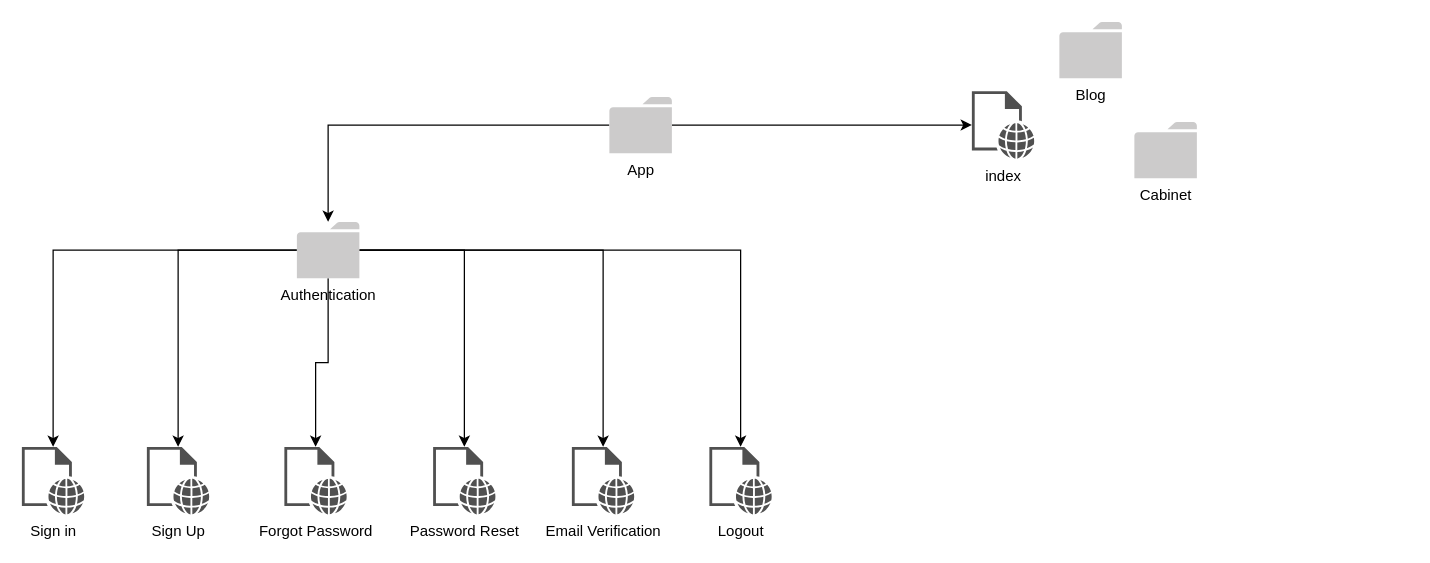
HackHead/gig keeps this draw.io diagram as docs/SiteMap.drawio. Above is the earlier version. Source tidied: cells renumbered, new cells numbered last; positions are measured from the earlier drawing's top-left corner, leaving out a move shared by most shapes. Both pictures are drawn from the tidied source at 125%, with x=0, y=0 at pixel (21, 21).
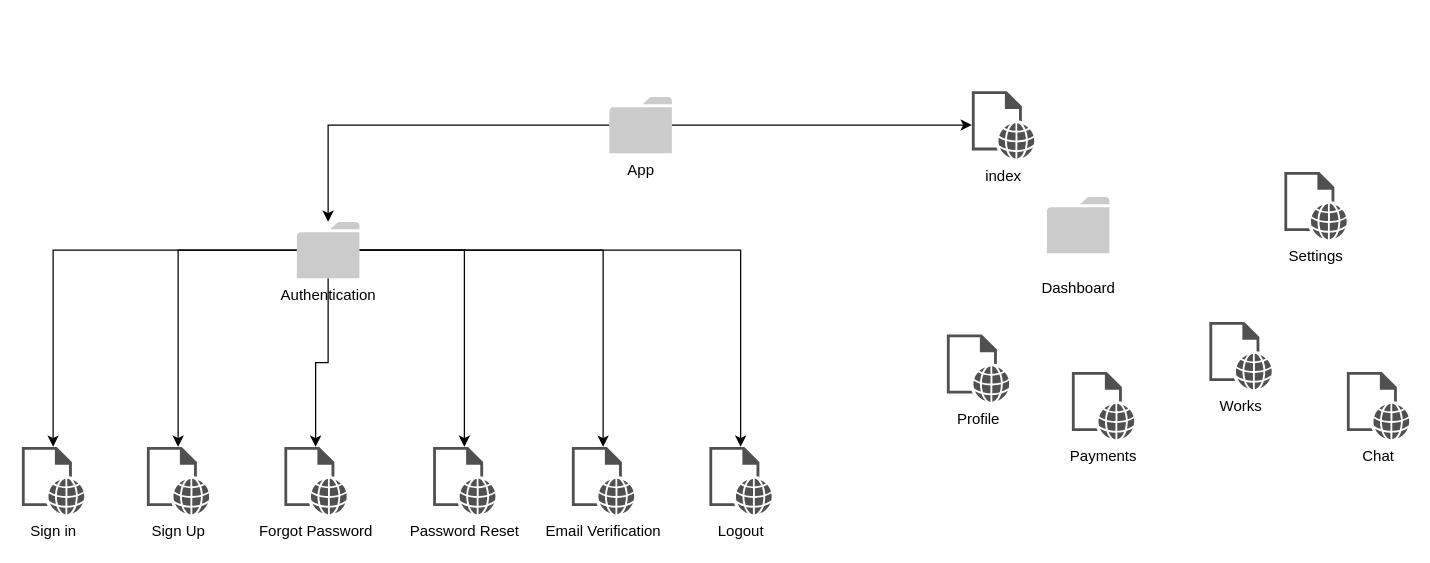
After the change.

Commit message:
docs: update sitemap schema

The edit, as a diff of the source:
```diff
@@
-    <mxCell id="3" value="Blog" style="sketch=0;shadow=0;dashed=0;html=1;strokeColor=none;labelPosition=center;verticalLabelPosition=bottom;verticalAlign=top;align=center;shape=mxgraph.office.concepts.folder;fillColor=#CCCBCB;" parent="1" vertex="1">
-      <mxGeometry x="830" width="50" height="45" as="geometry" />
-    </mxCell>
-    <mxCell id="4" value="Cabinet" style="sketch=0;shadow=0;dashed=0;html=1;strokeColor=none;labelPosition=center;verticalLabelPosition=bottom;verticalAlign=top;align=center;shape=mxgraph.office.concepts.folder;fillColor=#CCCBCB;" parent="1" vertex="1">
-      <mxGeometry x="890" y="80" width="50" height="45" as="geometry" />
+    <mxCell id="4" value="&lt;br&gt;Dashboard" style="sketch=0;shadow=0;dashed=0;html=1;strokeColor=none;labelPosition=center;verticalLabelPosition=bottom;verticalAlign=top;align=center;shape=mxgraph.office.concepts.folder;fillColor=#CCCBCB;" parent="1" vertex="1">
+      <mxGeometry x="820" y="140" width="50" height="45" as="geometry" />
     </mxCell>
@@
+    <mxCell id="21" value="Profile" style="sketch=0;shadow=0;dashed=0;html=1;strokeColor=none;fillColor=#505050;labelPosition=center;verticalLabelPosition=bottom;verticalAlign=top;align=center;shape=mxgraph.office.concepts.web_page;" parent="1" vertex="1">
+      <mxGeometry x="740" y="250" width="50" height="54" as="geometry" />
+    </mxCell>
+    <mxCell id="22" value="Payments" style="sketch=0;shadow=0;dashed=0;html=1;strokeColor=none;fillColor=#505050;labelPosition=center;verticalLabelPosition=bottom;verticalAlign=top;align=center;shape=mxgraph.office.concepts.web_page;" parent="1" vertex="1">
+      <mxGeometry x="840" y="280" width="50" height="54" as="geometry" />
+    </mxCell>
+    <mxCell id="23" value="Works" style="sketch=0;shadow=0;dashed=0;html=1;strokeColor=none;fillColor=#505050;labelPosition=center;verticalLabelPosition=bottom;verticalAlign=top;align=center;shape=mxgraph.office.concepts.web_page;" parent="1" vertex="1">
+      <mxGeometry x="950" y="240" width="50" height="54" as="geometry" />
+    </mxCell>
+    <mxCell id="24" value="Settings" style="sketch=0;shadow=0;dashed=0;html=1;strokeColor=none;fillColor=#505050;labelPosition=center;verticalLabelPosition=bottom;verticalAlign=top;align=center;shape=mxgraph.office.concepts.web_page;" parent="1" vertex="1">
+      <mxGeometry x="1010" y="120" width="50" height="54" as="geometry" />
+    </mxCell>
+    <mxCell id="25" value="Chat" style="sketch=0;shadow=0;dashed=0;html=1;strokeColor=none;fillColor=#505050;labelPosition=center;verticalLabelPosition=bottom;verticalAlign=top;align=center;shape=mxgraph.office.concepts.web_page;" parent="1" vertex="1">
+      <mxGeometry x="1060" y="280" width="50" height="54" as="geometry" />
+    </mxCell>
```
